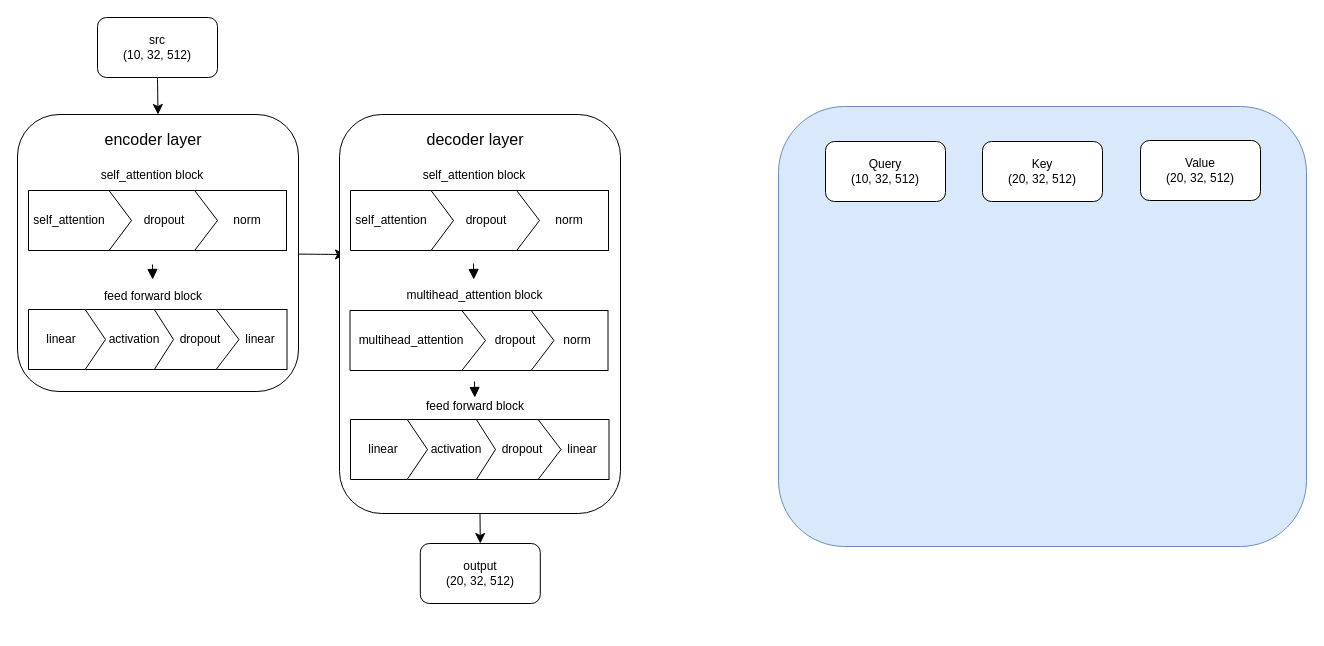
Earlier version of the draw.io diagram torch_trans1.drawio (wxxsusie/files). Source tidied: cells renumbered, new cells numbered last; positions are measured from the earlier drawing's top-left corner, leaving out a move shared by most shapes. Both pictures are drawn from the tidied source at 100%, with x=0, y=0 at pixel (17, 17).
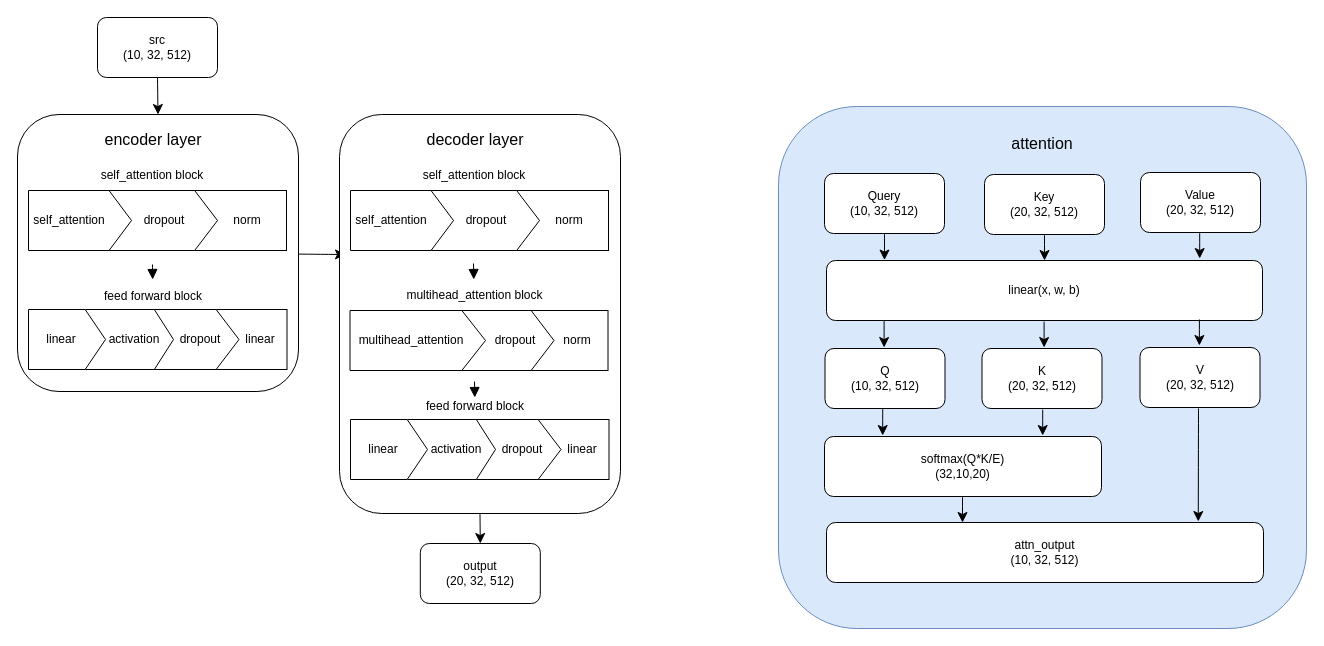
The same diagram, later.

Change to the diagram source:
```diff
@@
     <mxCell id="53" style="rounded=1;whiteSpace=wrap;html=1;fillColor=#dae8fc;strokeColor=#6c8ebf;" parent="1" vertex="1">
-      <mxGeometry x="761" y="89" width="528" height="440" as="geometry" />
+      <mxGeometry x="761" y="89" width="528" height="522" as="geometry" />
     </mxCell>
     <mxCell id="54" value="Query&lt;br&gt;(10, 32, 512)" style="rounded=1;whiteSpace=wrap;html=1;" parent="1" vertex="1">
-      <mxGeometry x="808" y="124" width="120" height="60" as="geometry" />
+      <mxGeometry x="807" y="156" width="120" height="60" as="geometry" />
     </mxCell>
     <mxCell id="55" value="Key&lt;br&gt;(20, 32, 512)" style="rounded=1;whiteSpace=wrap;html=1;" parent="1" vertex="1">
-      <mxGeometry x="965" y="124" width="120" height="60" as="geometry" />
+      <mxGeometry x="967" y="157" width="120" height="60" as="geometry" />
     </mxCell>
     <mxCell id="56" value="Value&lt;br&gt;(20, 32, 512)" style="rounded=1;whiteSpace=wrap;html=1;" parent="1" vertex="1">
-      <mxGeometry x="1123" y="123" width="120" height="60" as="geometry" />
+      <mxGeometry x="1123" y="155" width="120" height="60" as="geometry" />
     </mxCell>
+    <mxCell id="57" value="linear(x, w, b)" style="rounded=1;whiteSpace=wrap;html=1;" parent="1" vertex="1">
+      <mxGeometry x="809" y="243" width="436" height="60" as="geometry" />
+    </mxCell>
+    <mxCell id="58" value="Q&lt;br&gt;(10, 32, 512)" style="rounded=1;whiteSpace=wrap;html=1;" parent="1" vertex="1">
+      <mxGeometry x="807.5" y="331" width="120" height="60" as="geometry" />
+    </mxCell>
+    <mxCell id="59" value="K&lt;br&gt;(20, 32, 512)" style="rounded=1;whiteSpace=wrap;html=1;" parent="1" vertex="1">
+      <mxGeometry x="964.5" y="331" width="120" height="60" as="geometry" />
+    </mxCell>
+    <mxCell id="60" value="V&lt;br&gt;(20, 32, 512)" style="rounded=1;whiteSpace=wrap;html=1;" parent="1" vertex="1">
+      <mxGeometry x="1122.5" y="330" width="120" height="60" as="geometry" />
+    </mxCell>
+    <mxCell id="61" style="endArrow=classic;html=1;rounded=0;fontSize=12;startSize=8;endSize=8;curved=1;entryX=0.133;entryY=-0.007;entryDx=0;entryDy=0;exitX=0.5;exitY=1;exitDx=0;exitDy=0;entryPerimeter=0;" parent="1" edge="1" source="54" target="57">
+      <mxGeometry relative="1" as="geometry" />
+    </mxCell>
+    <mxCell id="62" style="endArrow=classic;html=1;rounded=0;fontSize=12;startSize=8;endSize=8;curved=1;entryX=0.5;entryY=0;entryDx=0;entryDy=0;exitX=0.5;exitY=1;exitDx=0;exitDy=0;" parent="1" edge="1" source="55" target="57">
+      <mxGeometry relative="1" as="geometry" />
+    </mxCell>
+    <mxCell id="63" style="endArrow=classic;html=1;rounded=0;fontSize=12;startSize=8;endSize=8;curved=1;entryX=0.5;entryY=0;entryDx=0;entryDy=0;exitX=0.5;exitY=1;exitDx=0;exitDy=0;" parent="1" edge="1">
+      <mxGeometry relative="1" as="geometry">
+        <mxPoint x="1182.2" y="215" as="sourcePoint" />
+        <mxPoint x="1182.2" y="241" as="targetPoint" />
+      </mxGeometry>
+    </mxCell>
+    <mxCell id="64" style="endArrow=classic;html=1;rounded=0;fontSize=12;startSize=8;endSize=8;curved=1;entryX=0.133;entryY=-0.007;entryDx=0;entryDy=0;exitX=0.5;exitY=1;exitDx=0;exitDy=0;entryPerimeter=0;" parent="1" edge="1">
+      <mxGeometry relative="1" as="geometry">
+        <mxPoint x="866.6" y="303" as="sourcePoint" />
+        <mxPoint x="866.6" y="330" as="targetPoint" />
+      </mxGeometry>
+    </mxCell>
+    <mxCell id="65" style="endArrow=classic;html=1;rounded=0;fontSize=12;startSize=8;endSize=8;curved=1;entryX=0.5;entryY=0;entryDx=0;entryDy=0;exitX=0.5;exitY=1;exitDx=0;exitDy=0;" parent="1" edge="1">
+      <mxGeometry relative="1" as="geometry">
+        <mxPoint x="1026.6" y="304" as="sourcePoint" />
+        <mxPoint x="1026.6" y="330" as="targetPoint" />
+      </mxGeometry>
+    </mxCell>
+    <mxCell id="66" style="endArrow=classic;html=1;rounded=0;fontSize=12;startSize=8;endSize=8;curved=1;entryX=0.5;entryY=0;entryDx=0;entryDy=0;exitX=0.5;exitY=1;exitDx=0;exitDy=0;" parent="1" edge="1">
+      <mxGeometry relative="1" as="geometry">
+        <mxPoint x="1181.9" y="302" as="sourcePoint" />
+        <mxPoint x="1181.9" y="328" as="targetPoint" />
+      </mxGeometry>
+    </mxCell>
+    <mxCell id="67" value="softmax(Q*K/E)&lt;br&gt;(32,10,20)" style="rounded=1;whiteSpace=wrap;html=1;" parent="1" vertex="1">
+      <mxGeometry x="807" y="419" width="277" height="60" as="geometry" />
+    </mxCell>
+    <mxCell id="68" value="attn_output&lt;br&gt;(10, 32, 512)" style="rounded=1;whiteSpace=wrap;html=1;" parent="1" vertex="1">
+      <mxGeometry x="809" y="505" width="437" height="60" as="geometry" />
+    </mxCell>
+    <mxCell id="69" style="endArrow=classic;html=1;rounded=0;fontSize=12;startSize=8;endSize=8;curved=1;" parent="1" edge="1">
+      <mxGeometry relative="1" as="geometry">
+        <mxPoint x="945" y="479" as="sourcePoint" />
+        <mxPoint x="945" y="505" as="targetPoint" />
+      </mxGeometry>
+    </mxCell>
+    <mxCell id="70" value="attention" style="text;html=1;align=center;verticalAlign=middle;whiteSpace=wrap;rounded=0;fontSize=16;" parent="1" vertex="1">
+      <mxGeometry x="964.9" y="111" width="120.2" height="30" as="geometry" />
+    </mxCell>
+    <mxCell id="71" style="endArrow=classic;html=1;rounded=0;fontSize=12;startSize=8;endSize=8;curved=1;entryX=0.133;entryY=-0.007;entryDx=0;entryDy=0;exitX=0.5;exitY=1;exitDx=0;exitDy=0;entryPerimeter=0;" parent="1" edge="1">
+      <mxGeometry relative="1" as="geometry">
+        <mxPoint x="865.2" y="391" as="sourcePoint" />
+        <mxPoint x="865.2" y="418" as="targetPoint" />
+      </mxGeometry>
+    </mxCell>
+    <mxCell id="72" style="endArrow=classic;html=1;rounded=0;fontSize=12;startSize=8;endSize=8;curved=1;entryX=0.5;entryY=0;entryDx=0;entryDy=0;exitX=0.5;exitY=1;exitDx=0;exitDy=0;" parent="1" edge="1">
+      <mxGeometry relative="1" as="geometry">
+        <mxPoint x="1025.2" y="392" as="sourcePoint" />
+        <mxPoint x="1025.2" y="418" as="targetPoint" />
+      </mxGeometry>
+    </mxCell>
+    <mxCell id="73" style="endArrow=classic;html=1;rounded=0;fontSize=12;startSize=8;endSize=8;curved=1;entryX=0.795;entryY=0.795;entryDx=0;entryDy=0;entryPerimeter=0;" parent="1" edge="1" target="53">
+      <mxGeometry relative="1" as="geometry">
+        <mxPoint x="1181" y="391" as="sourcePoint" />
+      </mxGeometry>
+    </mxCell>
```
